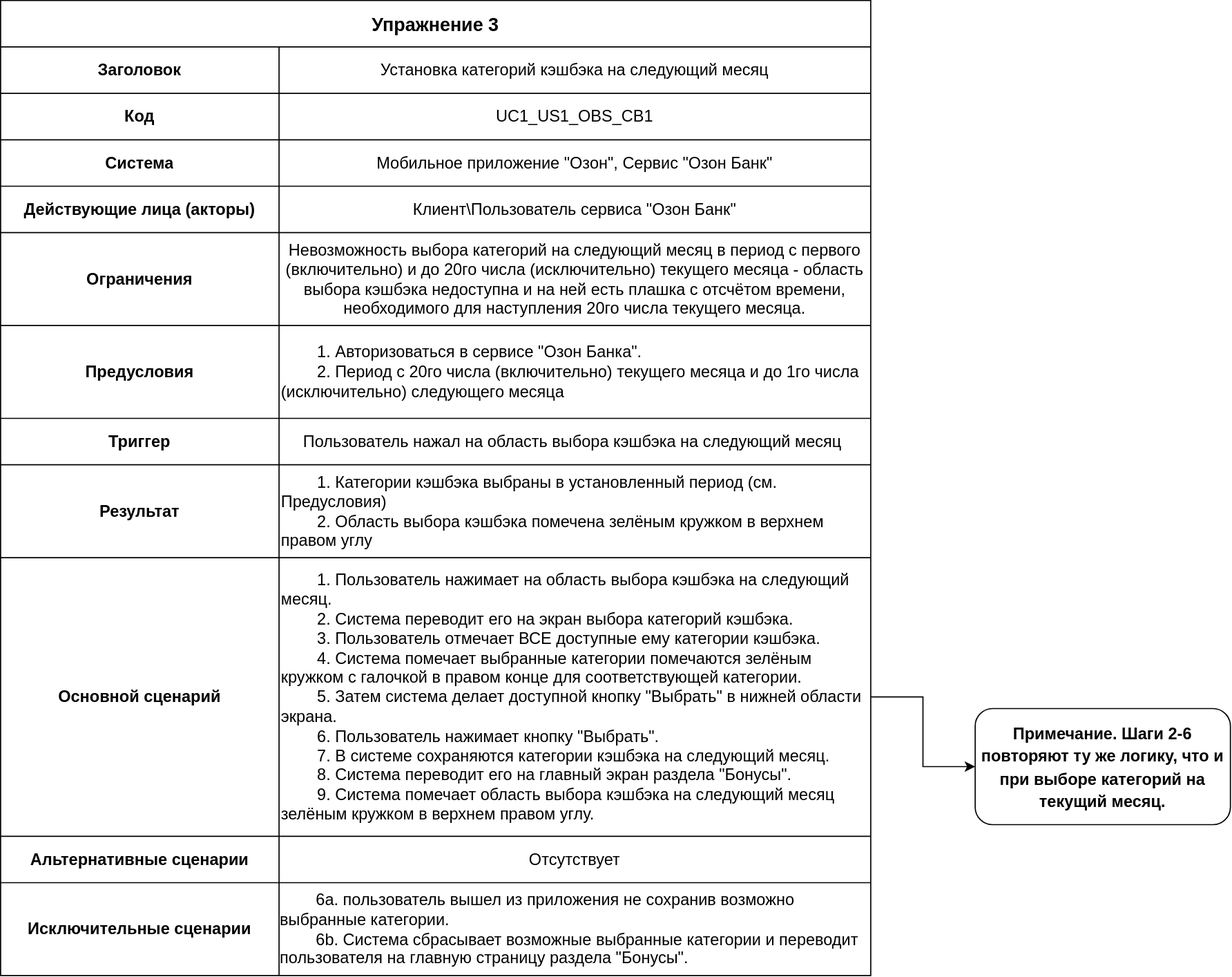
The draw.io diagram Stanley_Kudrow/ex03_use_case/use_case.drawio.svg in abdullahproff/BSA21_1, before a commit. Source tidied: cells renumbered, new cells last; positions are measured from the earlier drawing's top-left corner, leaving out a move shared by most shapes.
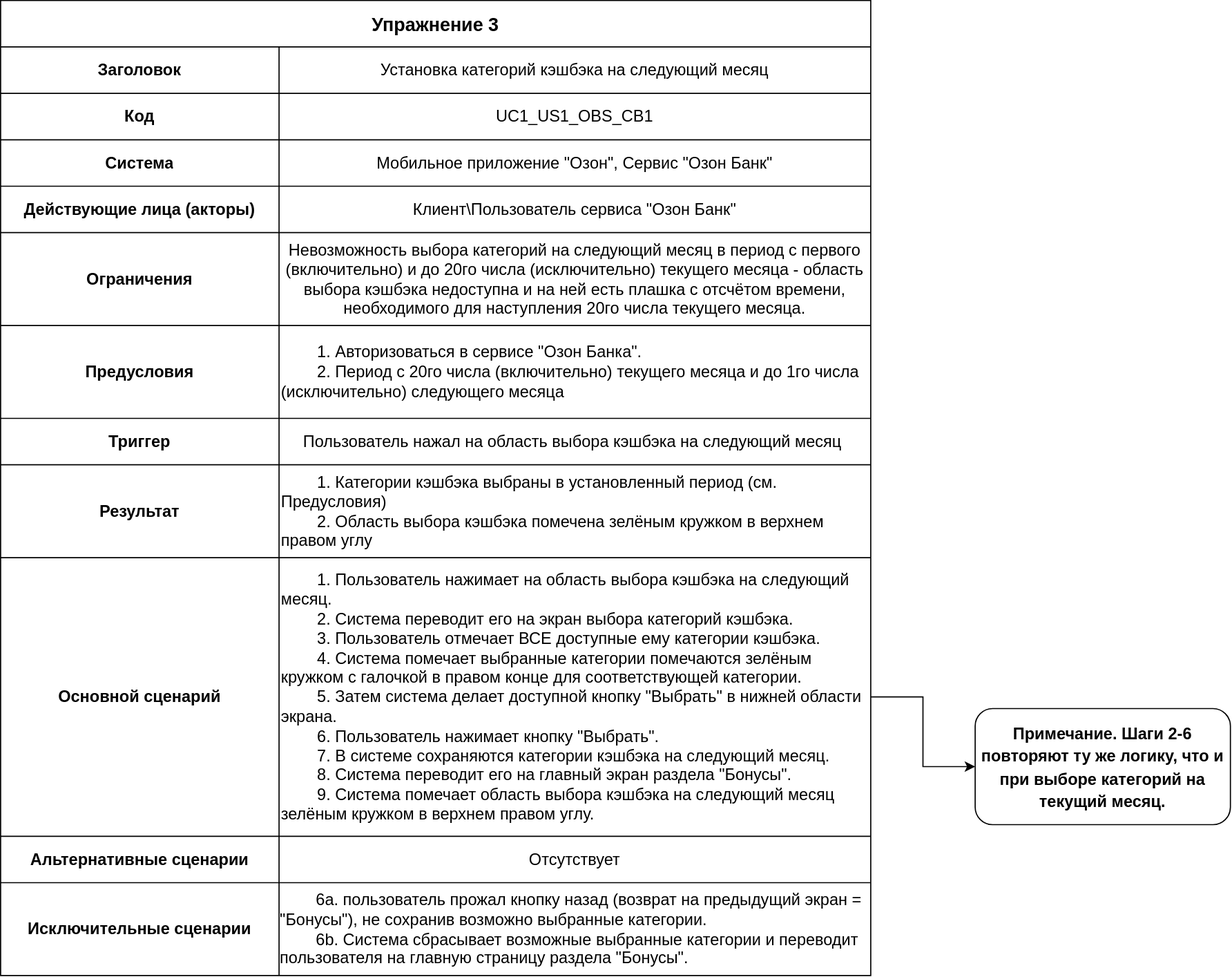
The same diagram one commit later.

What changed in the source:
```diff
@@ -104,7 +104,7 @@
     <mxCell id="35" value="&lt;font style=&quot;font-size: 14px;&quot;&gt;&lt;b&gt;Исключительные сценарии&lt;/b&gt;&lt;/font&gt;" style="shape=partialRectangle;html=1;whiteSpace=wrap;strokeColor=inherit;overflow=hidden;fillColor=none;top=0;left=0;bottom=0;right=0;" parent="34" vertex="1">
       <mxGeometry width="240" height="80" as="geometry" />
     </mxCell>
-    <mxCell id="36" value="&lt;div style=&quot;text-align: left;&quot;&gt;&lt;span style=&quot;background-color: initial; font-size: 14px;&quot;&gt;&lt;span style=&quot;white-space: pre;&quot;&gt;&#9;&lt;/span&gt;6а. пользователь вышел из приложения не сохранив возможно выбранные категории.&lt;/span&gt;&lt;/div&gt;&lt;div style=&quot;text-align: left;&quot;&gt;&lt;span style=&quot;background-color: initial; font-size: 14px;&quot;&gt;&lt;span style=&quot;white-space: pre;&quot;&gt;&#9;&lt;/span&gt;6b. Система сбрасывает возможные выбранные категории и переводит пользователя на главную страницу раздела &quot;Бонусы&quot;.&lt;/span&gt;&lt;/div&gt;" style="shape=partialRectangle;html=1;whiteSpace=wrap;strokeColor=inherit;overflow=hidden;fillColor=none;top=0;left=0;bottom=0;right=0;" parent="34" vertex="1">
+    <mxCell id="36" value="&lt;div style=&quot;text-align: left;&quot;&gt;&lt;span style=&quot;background-color: initial; font-size: 14px;&quot;&gt;&lt;span style=&quot;white-space: pre;&quot;&gt;&#9;&lt;/span&gt;6а. пользователь прожал кнопку назад (возврат на предыдущий экран = &quot;Бонусы&quot;), не сохранив возможно выбранные категории.&lt;/span&gt;&lt;/div&gt;&lt;div style=&quot;text-align: left;&quot;&gt;&lt;span style=&quot;background-color: initial; font-size: 14px;&quot;&gt;&lt;span style=&quot;white-space: pre;&quot;&gt;&#9;&lt;/span&gt;6b. Система сбрасывает возможные выбранные категории и переводит пользователя на главную страницу раздела &quot;Бонусы&quot;.&lt;/span&gt;&lt;/div&gt;" style="shape=partialRectangle;html=1;whiteSpace=wrap;strokeColor=inherit;overflow=hidden;fillColor=none;top=0;left=0;bottom=0;right=0;" parent="34" vertex="1">
       <mxGeometry x="240" width="510" height="80" as="geometry" />
     </mxCell>
     <mxCell id="37" value="&lt;font style=&quot;font-size: 14px;&quot;&gt;Примечание. Шаги 2-6 повторяют ту же логику, что и при выборе категорий на текущий месяц.&lt;/font&gt;" style="rounded=1;whiteSpace=wrap;html=1;fontSize=16;startSize=40;fontStyle=1;" parent="1" vertex="1">
```
